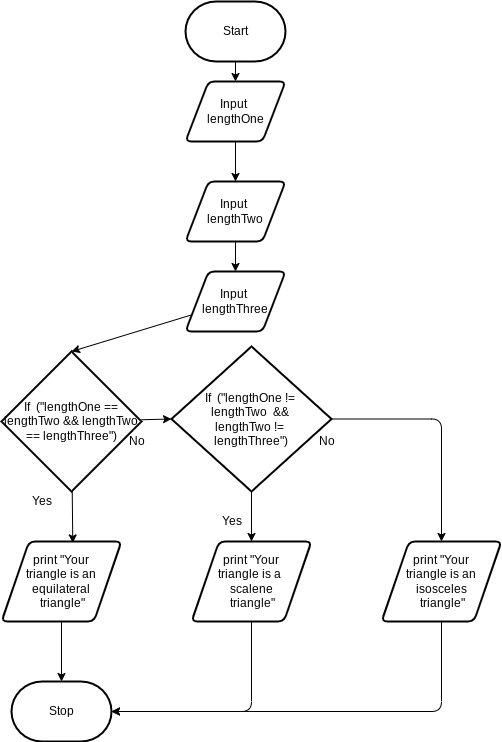
marshall-demars/ICS20-Unit5-05-JS keeps this draw.io diagram as design/flowchart.png. Above is the earlier version. Source tidied: cells renumbered, new cells last; positions are measured from the earlier drawing's top-left corner, leaving out a move shared by most shapes.
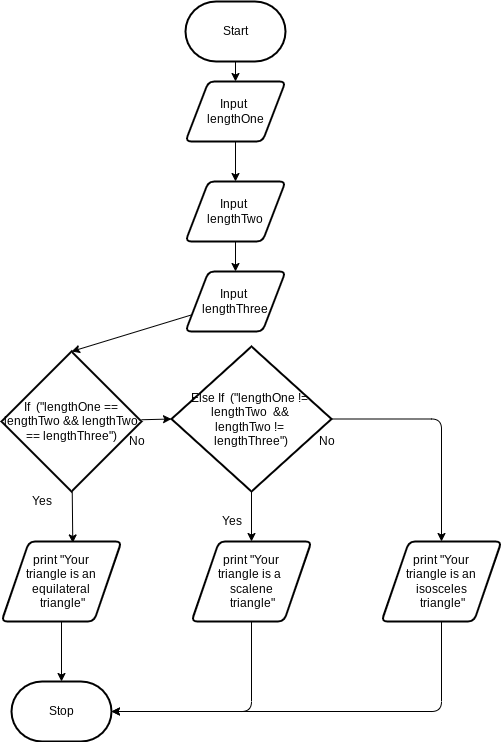
Later version of the same file.

Diff of the diagram source:
```diff
@@ -56,7 +56,7 @@
     <mxCell id="19" style="edgeStyle=orthogonalEdgeStyle;html=1;entryX=0.5;entryY=0;entryDx=0;entryDy=0;" parent="1" edge="1" source="20" target="26">
       <mxGeometry relative="1" as="geometry" />
     </mxCell>
-    <mxCell id="20" value="If&amp;nbsp; (&quot;lengthOne != &lt;br&gt;lengthTwo &amp;nbsp;&amp;amp;&amp;amp; &lt;br&gt;lengthTwo != &lt;br&gt;lengthThree&quot;)" style="strokeWidth=2;html=1;shape=mxgraph.flowchart.decision;whiteSpace=wrap;" parent="1" vertex="1">
+    <mxCell id="20" value="Else If&amp;nbsp; (&quot;lengthOne != &lt;br&gt;lengthTwo &amp;nbsp;&amp;amp;&amp;amp; &lt;br&gt;lengthTwo != &lt;br&gt;lengthThree&quot;)" style="strokeWidth=2;html=1;shape=mxgraph.flowchart.decision;whiteSpace=wrap;" parent="1" vertex="1">
       <mxGeometry x="170" y="345" width="160" height="145" as="geometry" />
     </mxCell>
     <mxCell id="21" style="edgeStyle=orthogonalEdgeStyle;html=1;entryX=1;entryY=0.5;entryDx=0;entryDy=0;entryPerimeter=0;" parent="1" edge="1" source="22" target="16">
```
